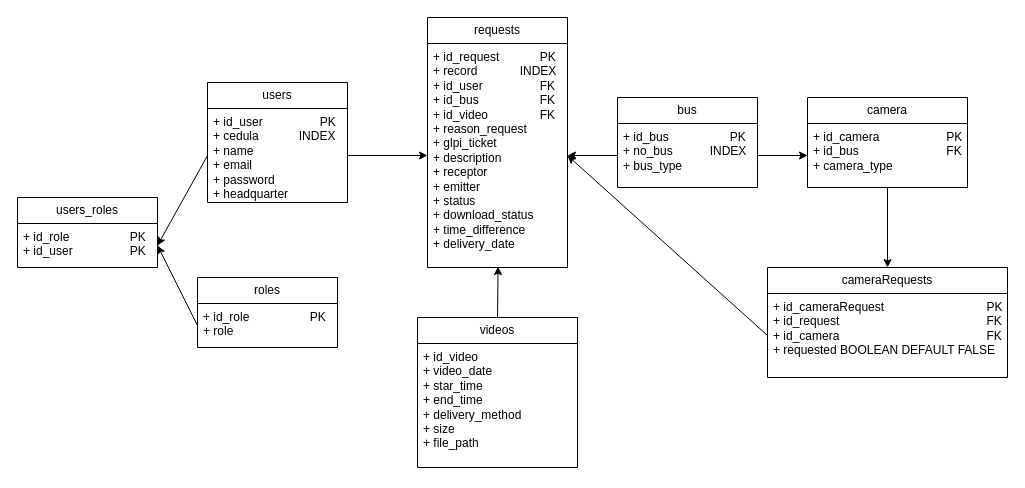
This is page "Página-1" (1 of 2) of src/VideoGestionR.drawio from ZeB-ZuA/VideoGestion, a draw.io file, before an edit. Source tidied: cells renumbered, new cells numbered last; positions are measured from the earlier drawing's top-left corner, leaving out a move shared by most shapes. Both pictures are drawn from the tidied source at 100%, with x=0, y=0 at pixel (17, 17).
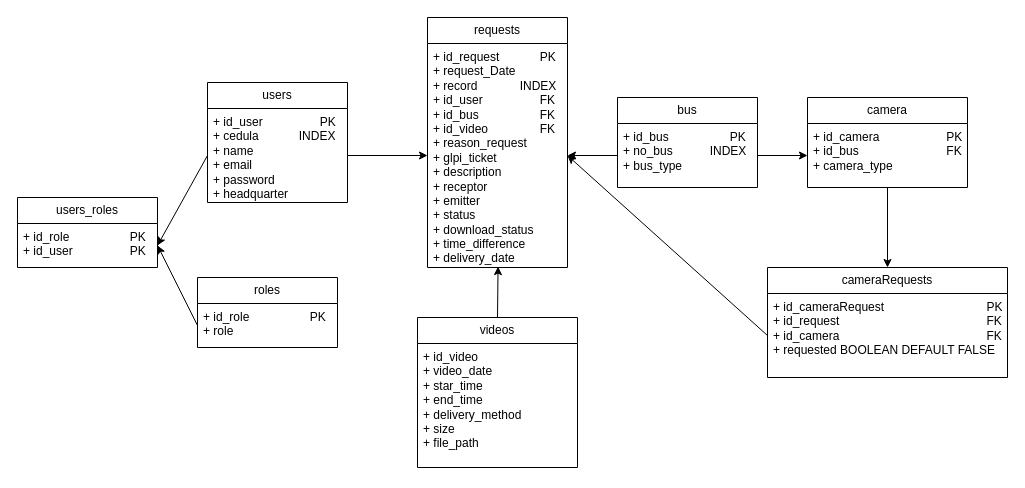
The same diagram, later.

Unchanged cells that the change refers to:
```xml
<mxCell id="4" value="requests" style="swimlane;fontStyle=0;horizontal=1;startSize=26;fillColor=none;whiteSpace=wrap;html=1;" parent="1" vertex="1">
  <mxGeometry x="410" width="140" height="250" as="geometry" />
</mxCell>
```

The edit, as a diff of the source:
```diff
@@
-    <mxCell id="5" value="+ id_request&lt;span style=&quot;white-space: pre;&quot;&gt;&#9;&lt;/span&gt;&lt;span style=&quot;white-space: pre;&quot;&gt;&#9;&lt;/span&gt;PK&lt;div&gt;+ record&lt;span style=&quot;white-space: pre;&quot;&gt;&#9;&lt;/span&gt;&lt;span style=&quot;white-space: pre;&quot;&gt;&#9;&lt;/span&gt;&amp;nbsp; INDEX&lt;/div&gt;&lt;div&gt;+ id_user&lt;span style=&quot;white-space: pre;&quot;&gt;&#9;&lt;/span&gt;&lt;span style=&quot;white-space: pre;&quot;&gt;&#9;&lt;span style=&quot;white-space: pre;&quot;&gt;&#9;&lt;/span&gt;&lt;/span&gt;FK&lt;/div&gt;&lt;div&gt;+ id_bus&lt;span style=&quot;white-space: pre;&quot;&gt;&#9;&lt;/span&gt;&lt;span style=&quot;white-space: pre;&quot;&gt;&#9;&lt;span style=&quot;white-space: pre;&quot;&gt;&#9;&lt;/span&gt;&lt;/span&gt;FK&lt;/div&gt;&lt;div&gt;+ id_video&lt;span style=&quot;white-space: pre;&quot;&gt;&#9;&lt;/span&gt;&lt;span style=&quot;white-space: pre;&quot;&gt;&#9;&lt;/span&gt;FK&lt;/div&gt;&lt;div&gt;+ reason_request&lt;/div&gt;&lt;div&gt;+ glpi_ticket&lt;/div&gt;&lt;div&gt;+ description&lt;/div&gt;&lt;div&gt;+&amp;nbsp;receptor&lt;/div&gt;&lt;div&gt;+&amp;nbsp;emitter&lt;/div&gt;&lt;div&gt;+ status&lt;/div&gt;&lt;div&gt;+ download_status&lt;/div&gt;&lt;div&gt;+ time_difference&lt;/div&gt;&lt;div&gt;+ delivery_date&lt;/div&gt;&lt;div&gt;&lt;br&gt;&lt;/div&gt;" style="text;strokeColor=none;fillColor=none;align=left;verticalAlign=top;spacingLeft=4;spacingRight=4;overflow=hidden;points=[[0,0.5],[1,0.5]];portConstraint=eastwest;whiteSpace=wrap;html=1;" parent="4" vertex="1">
+    <mxCell id="5" value="+ id_request&lt;span style=&quot;background-color: initial; white-space: pre;&quot;&gt;&#9;&lt;/span&gt;&lt;span style=&quot;background-color: initial; white-space: pre;&quot;&gt;&#9;&lt;/span&gt;&lt;span style=&quot;background-color: initial;&quot;&gt;PK&lt;/span&gt;&lt;div&gt;+ request_Date&lt;br&gt;&lt;div&gt;&lt;div&gt;+ record&lt;span style=&quot;white-space: pre;&quot;&gt;&#9;&lt;/span&gt;&lt;span style=&quot;white-space: pre;&quot;&gt;&#9;&lt;/span&gt;&amp;nbsp; INDEX&lt;/div&gt;&lt;div&gt;+ id_user&lt;span style=&quot;white-space: pre;&quot;&gt;&#9;&lt;/span&gt;&lt;span style=&quot;white-space: pre;&quot;&gt;&#9;&lt;span style=&quot;white-space: pre;&quot;&gt;&#9;&lt;/span&gt;&lt;/span&gt;FK&lt;/div&gt;&lt;div&gt;+ id_bus&lt;span style=&quot;white-space: pre;&quot;&gt;&#9;&lt;/span&gt;&lt;span style=&quot;white-space: pre;&quot;&gt;&#9;&lt;span style=&quot;white-space: pre;&quot;&gt;&#9;&lt;/span&gt;&lt;/span&gt;FK&lt;/div&gt;&lt;div&gt;+ id_video&lt;span style=&quot;white-space: pre;&quot;&gt;&#9;&lt;/span&gt;&lt;span style=&quot;white-space: pre;&quot;&gt;&#9;&lt;/span&gt;FK&lt;/div&gt;&lt;div&gt;+ reason_request&lt;/div&gt;&lt;div&gt;+ glpi_ticket&lt;/div&gt;&lt;div&gt;+ description&lt;/div&gt;&lt;div&gt;+&amp;nbsp;receptor&lt;/div&gt;&lt;div&gt;+&amp;nbsp;emitter&lt;/div&gt;&lt;div&gt;+ status&lt;/div&gt;&lt;div&gt;+ download_status&lt;/div&gt;&lt;div&gt;+ time_difference&lt;/div&gt;&lt;div&gt;+ delivery_date&lt;/div&gt;&lt;div&gt;&lt;br&gt;&lt;/div&gt;&lt;/div&gt;&lt;/div&gt;" style="text;strokeColor=none;fillColor=none;align=left;verticalAlign=top;spacingLeft=4;spacingRight=4;overflow=hidden;points=[[0,0.5],[1,0.5]];portConstraint=eastwest;whiteSpace=wrap;html=1;" parent="4" vertex="1">
       <mxGeometry y="26" width="140" height="224" as="geometry" />
     </mxCell>
```
